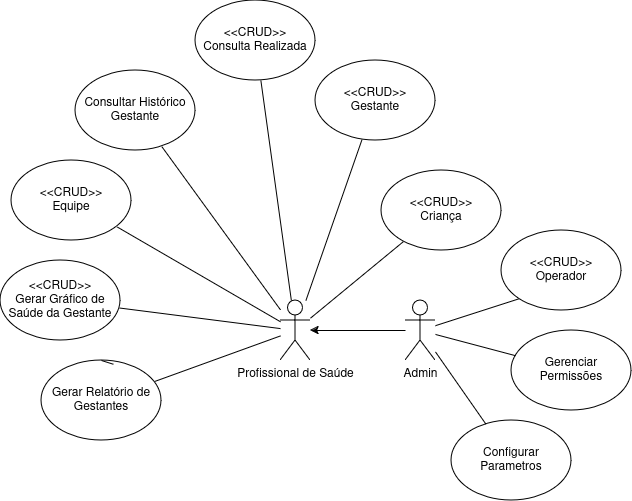
Earlier version of the draw.io export Diagrama de Casos de Uso.drawio.png (LuizGustavoNascimeto/draw.io). Source tidied: cells renumbered, new cells last; positions are measured from the earlier drawing's top-left corner, leaving out a move shared by most shapes.
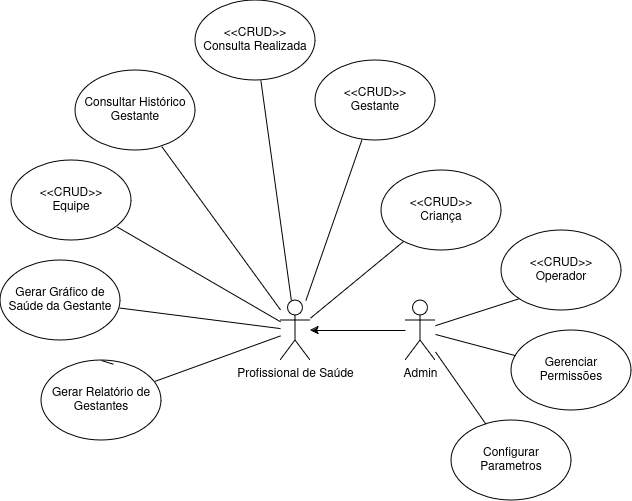
The same file after the commit.

Change to the diagram source:
```diff
@@ -20,7 +20,7 @@
     <mxCell id="7" style="edgeStyle=none;shape=connector;rounded=0;jettySize=auto;html=1;strokeColor=default;align=center;verticalAlign=middle;fontFamily=Helvetica;fontSize=11;fontColor=default;labelBackgroundColor=default;endArrow=none;" parent="1" edge="1" source="8" target="4">
       <mxGeometry relative="1" as="geometry" />
     </mxCell>
-    <mxCell id="8" value="&lt;div&gt;&amp;lt;&amp;lt;CRUD&amp;gt;&amp;gt;&lt;/div&gt;&lt;div&gt;Gerar Gráfico de Saúde da Gestante&lt;br&gt;&lt;/div&gt;" style="ellipse;whiteSpace=wrap;html=1;" parent="1" vertex="1">
+    <mxCell id="8" value="&lt;div&gt;Gerar Gráfico de Saúde da Gestante&lt;br&gt;&lt;/div&gt;" style="ellipse;whiteSpace=wrap;html=1;" parent="1" vertex="1">
       <mxGeometry y="260" width="120" height="80" as="geometry" />
     </mxCell>
     <mxCell id="9" style="edgeStyle=none;shape=connector;rounded=0;jettySize=auto;html=1;strokeColor=default;align=center;verticalAlign=middle;fontFamily=Helvetica;fontSize=11;fontColor=default;labelBackgroundColor=default;endArrow=none;" parent="1" edge="1" source="10" target="4">
```
